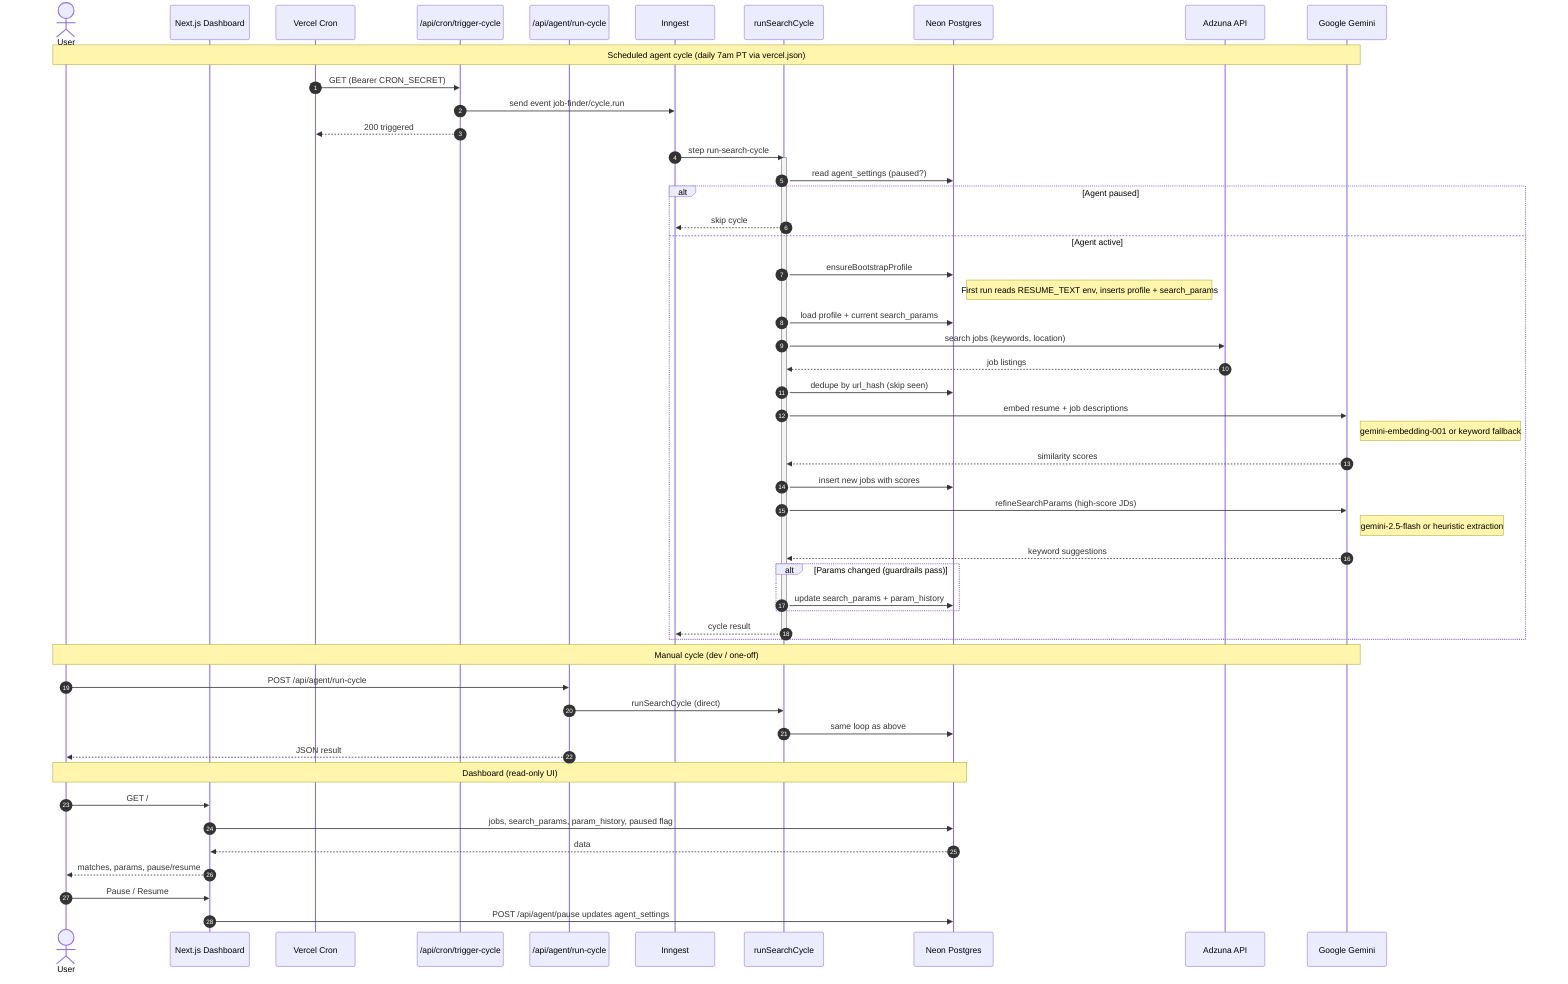
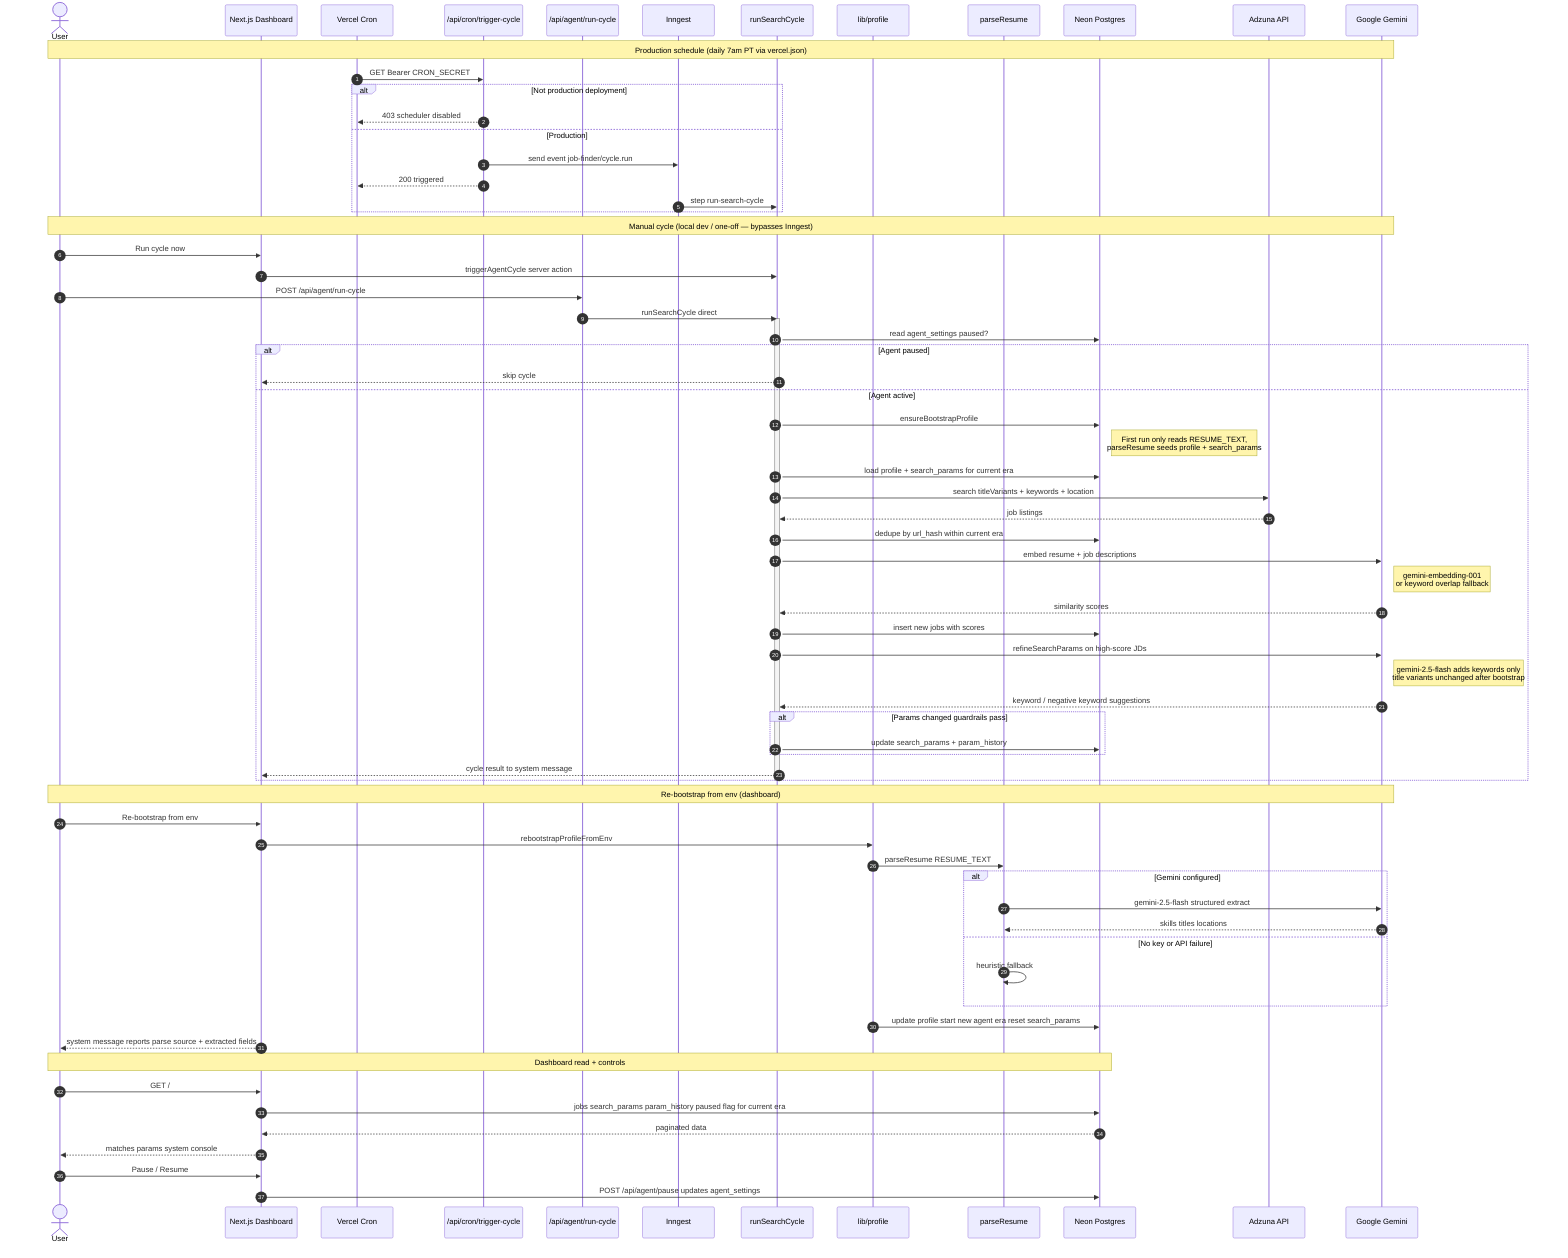
sequenceDiagram
    autonumber

    actor User
    participant Dashboard as Next.js Dashboard
    participant Cron as Vercel Cron
    participant CronAPI as /api/cron/trigger-cycle
    participant ManualAPI as /api/agent/run-cycle
    participant Inngest as Inngest
    participant Agent as runSearchCycle
+     participant Profile as lib/profile
+     participant Parser as parseResume
    participant Neon as Neon Postgres
    participant Adzuna as Adzuna API
    participant Gemini as Google Gemini

-     Note over User,Gemini: Scheduled agent cycle (daily 7am PT via vercel.json)
+     Note over User,Gemini: Production schedule (daily 7am PT via vercel.json)

-     Cron->>CronAPI: GET (Bearer CRON_SECRET)
-     CronAPI->>Inngest: send event job-finder/cycle.run
-     CronAPI-->>Cron: 200 triggered
+     Cron->>CronAPI: GET Bearer CRON_SECRET
+     alt Not production deployment
+         CronAPI-->>Cron: 403 scheduler disabled
+     else Production
+         CronAPI->>Inngest: send event job-finder/cycle.run
+         CronAPI-->>Cron: 200 triggered
+         Inngest->>Agent: step run-search-cycle
+     end

-     Inngest->>Agent: step run-search-cycle
+     Note over User,Gemini: Manual cycle (local dev / one-off — bypasses Inngest)
+ 
+     User->>Dashboard: Run cycle now
+     Dashboard->>Agent: triggerAgentCycle server action
+     User->>ManualAPI: POST /api/agent/run-cycle
+     ManualAPI->>Agent: runSearchCycle direct
+ 
    activate Agent

-     Agent->>Neon: read agent_settings (paused?)
+     Agent->>Neon: read agent_settings paused?
    alt Agent paused
-         Agent-->>Inngest: skip cycle
+         Agent-->>Dashboard: skip cycle
    else Agent active
        Agent->>Neon: ensureBootstrapProfile
-         Note right of Neon: First run reads RESUME_TEXT env, inserts profile + search_params
+         Note right of Neon: First run only reads RESUME_TEXT,<br/>parseResume seeds profile + search_params

-         Agent->>Neon: load profile + current search_params
-         Agent->>Adzuna: search jobs (keywords, location)
+         Agent->>Neon: load profile + search_params for current era
+         Agent->>Adzuna: search titleVariants + keywords + location
        Adzuna-->>Agent: job listings

-         Agent->>Neon: dedupe by url_hash (skip seen)
+         Agent->>Neon: dedupe by url_hash within current era
        Agent->>Gemini: embed resume + job descriptions
-         Note right of Gemini: gemini-embedding-001 or keyword fallback
+         Note right of Gemini: gemini-embedding-001<br/>or keyword overlap fallback
        Gemini-->>Agent: similarity scores

        Agent->>Neon: insert new jobs with scores

-         Agent->>Gemini: refineSearchParams (high-score JDs)
-         Note right of Gemini: gemini-2.5-flash or heuristic extraction
-         Gemini-->>Agent: keyword suggestions
+         Agent->>Gemini: refineSearchParams on high-score JDs
+         Note right of Gemini: gemini-2.5-flash adds keywords only<br/>title variants unchanged after bootstrap
+         Gemini-->>Agent: keyword / negative keyword suggestions

-         alt Params changed (guardrails pass)
+         alt Params changed guardrails pass
            Agent->>Neon: update search_params + param_history
        end

-         Agent-->>Inngest: cycle result
+         Agent-->>Dashboard: cycle result to system message
    end
+ 
    deactivate Agent

-     Note over User,Gemini: Manual cycle (dev / one-off)
+     Note over User,Gemini: Re-bootstrap from env (dashboard)

-     User->>ManualAPI: POST /api/agent/run-cycle
-     ManualAPI->>Agent: runSearchCycle (direct)
-     Agent->>Neon: same loop as above
-     ManualAPI-->>User: JSON result
+     User->>Dashboard: Re-bootstrap from env
+     Dashboard->>Profile: rebootstrapProfileFromEnv
+     Profile->>Parser: parseResume RESUME_TEXT
+     alt Gemini configured
+         Parser->>Gemini: gemini-2.5-flash structured extract
+         Gemini-->>Parser: skills titles locations
+     else No key or API failure
+         Parser->>Parser: heuristic fallback
+     end
+     Profile->>Neon: update profile start new agent era reset search_params
+     Dashboard-->>User: system message reports parse source + extracted fields

-     Note over User,Neon: Dashboard (read-only UI)
+     Note over User,Neon: Dashboard read + controls

    User->>Dashboard: GET /
-     Dashboard->>Neon: jobs, search_params, param_history, paused flag
-     Neon-->>Dashboard: data
-     Dashboard-->>User: matches, params, pause/resume
+     Dashboard->>Neon: jobs search_params param_history paused flag for current era
+     Neon-->>Dashboard: paginated data
+     Dashboard-->>User: matches params system console

    User->>Dashboard: Pause / Resume
    Dashboard->>Neon: POST /api/agent/pause updates agent_settings
